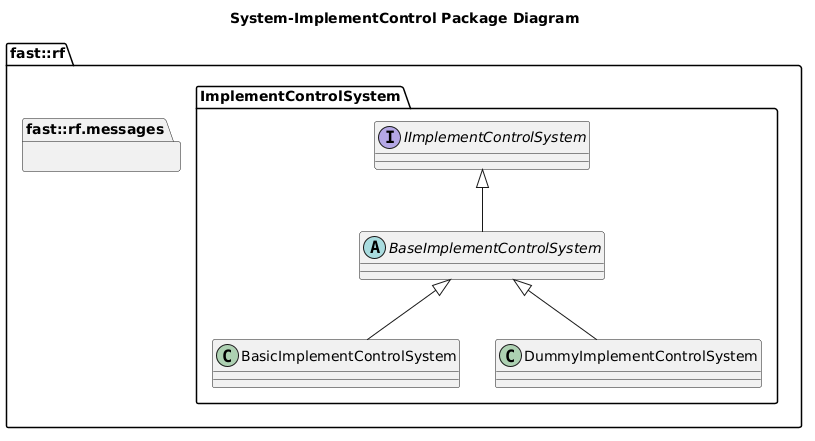
Earlier version of the PlantUML export Systems/ImplementControl/doc/puml/SystemImplementControlPackageDiagram.png (fastrobotics/robot_framework). Its diagram source:
```plantuml
@startuml
title System-ImplementControl Package Diagram

namespace fast::rf {
  namespace messages  {}
  namespace ImplementControlSystem {
    interface IImplementControlSystem {
    }
    abstract BaseImplementControlSystem {
    }
    IImplementControlSystem <|-- BaseImplementControlSystem
    class BasicImplementControlSystem {

    }
    BaseImplementControlSystem <|-- BasicImplementControlSystem
    class DummyImplementControlSystem  {
    }
    BaseImplementControlSystem <|-- DummyImplementControlSystem
  }
}
@enduml
```
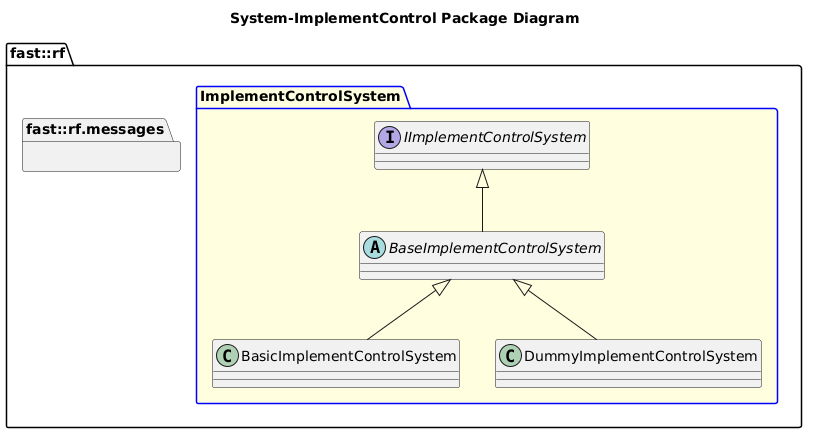
After the commit.

What changed in the source:
```diff
@@ -3,7 +3,7 @@
 
 namespace fast::rf {
   namespace messages  {}
-  namespace ImplementControlSystem {
+  package ImplementControlSystem  #LightYellow;line:blue {
     interface IImplementControlSystem {
     }
     abstract BaseImplementControlSystem {
```
